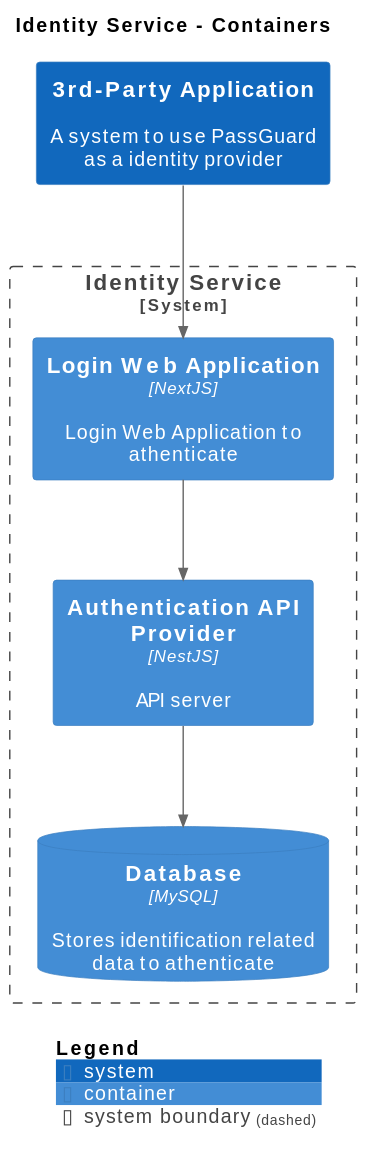
Before: master/svg/Containers.svg, a diagram exported from PlantUML (IntellectusCorp/passguard-docs). Its source is kept beside it as master/puml/Containers.puml.
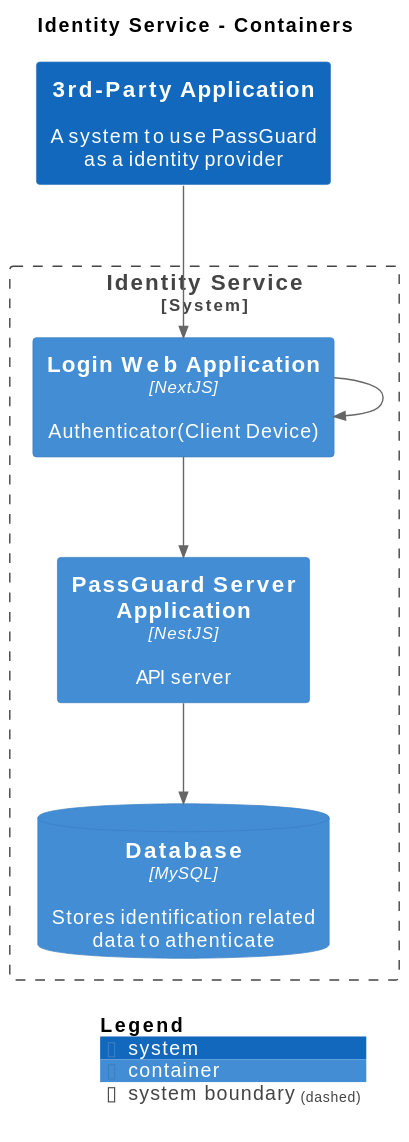
After the change.

Change to the diagram source:
```diff
@@ -11,14 +11,15 @@
 System(3rdPartyApplication, "3rd-Party Application", $descr="A system to use PassGuard as a identity provider", $tags="", $link="")
 
 System_Boundary("IdentityService_boundary", "Identity Service", $tags="") {
-  Container(IdentityService.LoginWebApplication, "Login Web Application", $techn="NextJS", $descr="Login Web Application to athenticate", $tags="", $link="")
-  Container(IdentityService.AuthenticationAPIProvider, "Authentication API Provider", $techn="NestJS", $descr="API server", $tags="", $link="")
+  Container(IdentityService.LoginWebApplication, "Login Web Application", $techn="NextJS", $descr="Authenticator(Client Device)", $tags="", $link="")
+  Container(IdentityService.PassGuardServerApplication, "PassGuard Server Application", $techn="NestJS", $descr="API server", $tags="", $link="")
   ContainerDb(IdentityService.Database, "Database", $techn="MySQL", $descr="Stores identification related data to athenticate", $tags="", $link="")
 }
 
-Rel(IdentityService.LoginWebApplication, IdentityService.AuthenticationAPIProvider, "", $techn="", $tags="", $link="")
-Rel(IdentityService.AuthenticationAPIProvider, IdentityService.Database, "", $techn="", $tags="", $link="")
 Rel(3rdPartyApplication, IdentityService.LoginWebApplication, "", $techn="", $tags="", $link="")
+Rel(IdentityService.LoginWebApplication, IdentityService.PassGuardServerApplication, "", $techn="", $tags="", $link="")
+Rel(IdentityService.LoginWebApplication, IdentityService.LoginWebApplication, "", $techn="", $tags="", $link="")
+Rel(IdentityService.PassGuardServerApplication, IdentityService.Database, "", $techn="", $tags="", $link="")
 
 SHOW_LEGEND(true)
 @enduml
```
